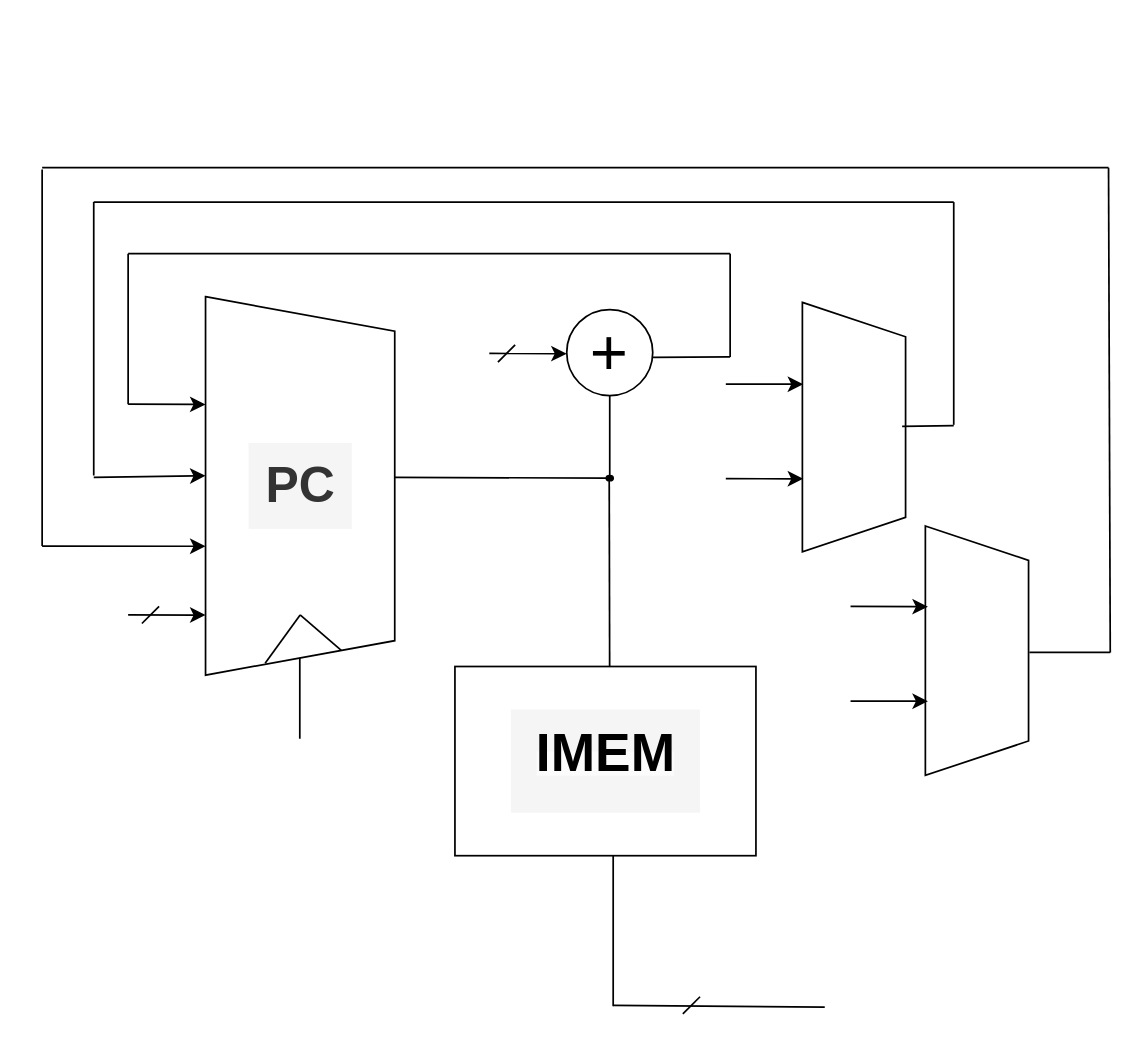
HamraAbrar0/RV32I keeps this draw.io diagram as Block_Diagram.drawio. Above is the earlier version. Source tidied: cells renumbered, new cells numbered last; positions are measured from the earlier drawing's top-left corner, leaving out a move shared by most shapes. Both pictures are drawn from the tidied source at 172%, with x=0, y=0 at pixel (41, 167).
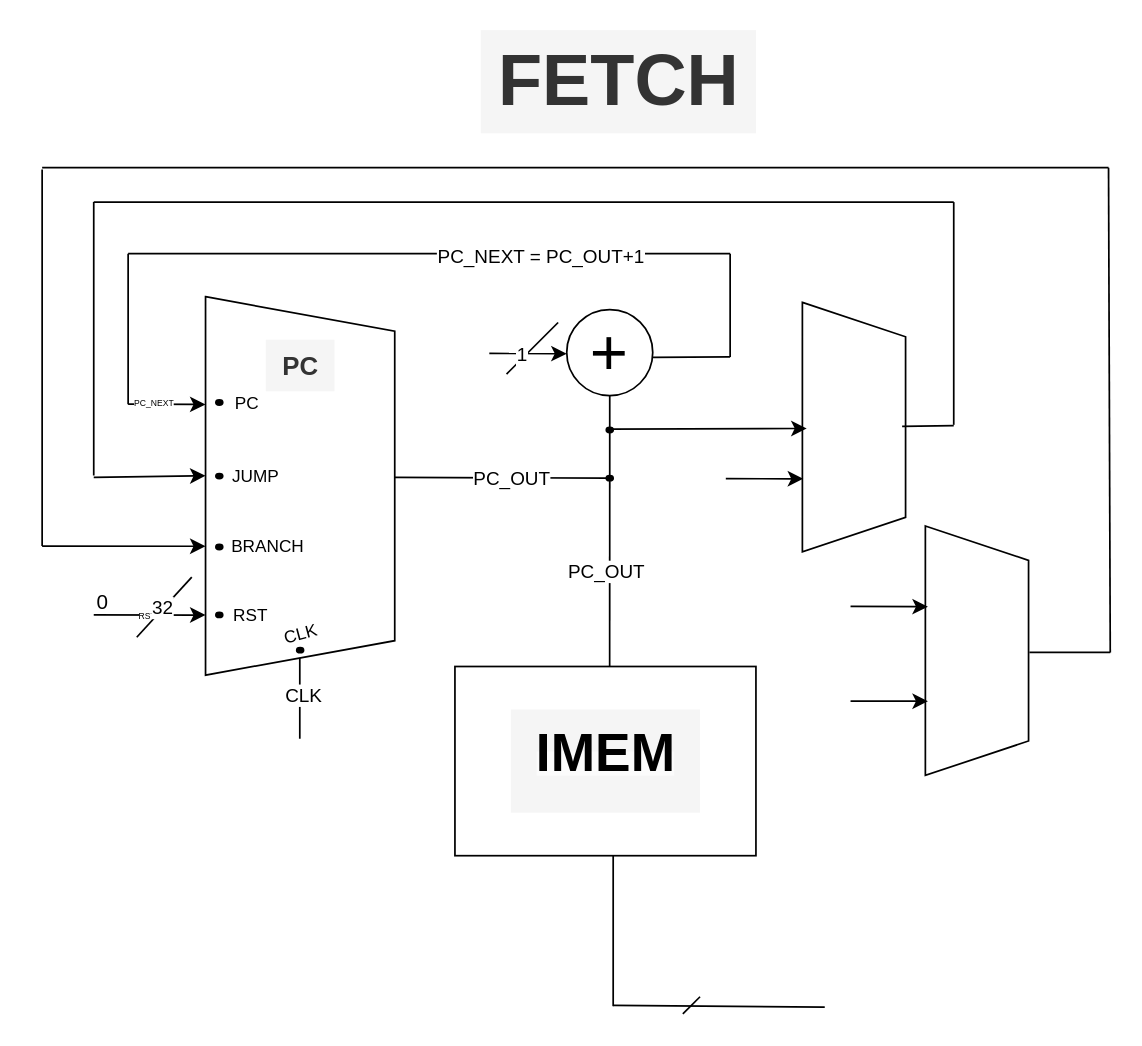
The same page after the edit.

Unchanged cells that the change refers to:
```xml
<mxCell id="2" style="shape=trapezoid;perimeter=trapezoidPerimeter;whiteSpace=wrap;html=1;fixedSize=1;rotation=90;" parent="1" vertex="1">
  <mxGeometry x="40" y="130" width="220" height="110" as="geometry" />
</mxCell>
<mxCell id="4" style="rounded=0;whiteSpace=wrap;html=1;" parent="1" vertex="1">
  <mxGeometry x="240" y="290" width="175" height="110" as="geometry" />
</mxCell>
<mxCell id="10" style="endArrow=none;html=1;rounded=0;" parent="1" edge="1" target="11">
  <mxGeometry relative="1" as="geometry">
    <mxPoint x="205" y="180" as="sourcePoint" />
  </mxGeometry>
</mxCell>
<mxCell id="18" style="endArrow=none;html=1;rounded=0;" parent="1" edge="1">
  <mxGeometry relative="1" as="geometry">
    <mxPoint x="50" y="50" as="sourcePoint" />
    <mxPoint x="400" y="50" as="targetPoint" />
  </mxGeometry>
</mxCell>
<mxCell id="20" style="endArrow=classic;html=1;rounded=0;" parent="1" edge="1">
  <mxGeometry relative="1" as="geometry">
    <mxPoint x="50" y="137.5" as="sourcePoint" />
    <mxPoint x="95" y="137.6" as="targetPoint" />
  </mxGeometry>
</mxCell>
<mxCell id="40" style="endArrow=none;html=1;rounded=0;" parent="1" edge="1">
  <mxGeometry relative="1" as="geometry">
    <mxPoint x="149.8" y="332" as="sourcePoint" />
    <mxPoint x="149.8" y="285" as="targetPoint" />
  </mxGeometry>
</mxCell>
```

Change to the diagram source:
```diff
@@
-    <mxCell id="3" value="&lt;b&gt;&lt;font style=&quot;font-size: 29px;&quot;&gt;PC&lt;/font&gt;&lt;/b&gt;" style="text;html=1;align=center;verticalAlign=middle;strokeColor=none;fillColor=#f5f5f5;fontColor=#333333;" parent="1" vertex="1">
-      <mxGeometry x="120" y="160" width="60" height="50" as="geometry" />
+    <mxCell id="3" value="&lt;b style=&quot;font-size: 15px;&quot;&gt;&lt;font style=&quot;font-size: 15px;&quot;&gt;PC&lt;/font&gt;&lt;/b&gt;" style="text;html=1;align=center;verticalAlign=middle;strokeColor=none;fillColor=#f5f5f5;fontColor=#333333;fontSize=15;" parent="1" vertex="1">
+      <mxGeometry x="130" y="100" width="40" height="30" as="geometry" />
     </mxCell>
@@
+    <mxCell id="44" value="PC_OUT" style="edgeLabel;html=1;align=center;verticalAlign=middle;" parent="10" vertex="1">
+      <mxGeometry x="0.1" relative="1" as="geometry" />
+    </mxCell>
@@
     <mxCell id="15" style="endArrow=none;html=1;rounded=0;" parent="1" edge="1">
       <mxGeometry relative="1" as="geometry">
-        <mxPoint x="265" y="113" as="sourcePoint" />
-        <mxPoint x="275" y="103" as="targetPoint" />
+        <mxPoint x="270" y="120" as="sourcePoint" />
+        <mxPoint x="300" y="90" as="targetPoint" />
       </mxGeometry>
     </mxCell>
+    <mxCell id="45" value="1" style="edgeLabel;html=1;align=center;verticalAlign=middle;" parent="15" vertex="1">
+      <mxGeometry x="0.43" y="-1" relative="1" as="geometry">
+        <mxPoint x="-13" y="9" as="offset" />
+      </mxGeometry>
+    </mxCell>
@@
+    <mxCell id="46" value="PC_NEXT = PC_OUT+1" style="edgeLabel;html=1;align=center;verticalAlign=middle;" parent="18" vertex="1">
+      <mxGeometry x="0.71" y="-1" relative="1" as="geometry">
+        <mxPoint x="-60" as="offset" />
+      </mxGeometry>
+    </mxCell>
@@
+    <mxCell id="47" value="&lt;font style=&quot;font-size: 5px;&quot;&gt;PC_NEXT&lt;/font&gt;" style="edgeLabel;html=1;align=center;verticalAlign=middle;" parent="20" vertex="1">
+      <mxGeometry x="-0.32" relative="1" as="geometry">
+        <mxPoint y="-3" as="offset" />
+      </mxGeometry>
+    </mxCell>
@@
     <mxCell id="23" style="endArrow=classic;html=1;rounded=0;" parent="1" edge="1">
       <mxGeometry relative="1" as="geometry">
-        <mxPoint x="50" y="260" as="sourcePoint" />
+        <mxPoint x="30" y="260" as="sourcePoint" />
         <mxPoint x="95" y="260.1" as="targetPoint" />
       </mxGeometry>
     </mxCell>
+    <mxCell id="48" value="&lt;font style=&quot;font-size: 5px;&quot;&gt;RST&lt;/font&gt;" style="edgeLabel;html=1;align=center;verticalAlign=middle;" parent="23" vertex="1">
+      <mxGeometry x="-0.38" y="-1" relative="1" as="geometry">
+        <mxPoint x="11" y="-3" as="offset" />
+      </mxGeometry>
+    </mxCell>
@@
     <mxCell id="28" style="endArrow=classic;html=1;rounded=0;" parent="1" edge="1">
       <mxGeometry relative="1" as="geometry">
-        <mxPoint x="397.5" y="125.8" as="sourcePoint" />
-        <mxPoint x="442.5" y="125.9" as="targetPoint" />
+        <mxPoint x="330" y="152" as="sourcePoint" />
+        <mxPoint x="444.5" y="151.6" as="targetPoint" />
       </mxGeometry>
     </mxCell>
@@
     <mxCell id="36" style="endArrow=none;html=1;rounded=0;" parent="1" edge="1">
       <mxGeometry relative="1" as="geometry">
-        <mxPoint x="58" y="265" as="sourcePoint" />
-        <mxPoint x="68" y="255" as="targetPoint" />
+        <mxPoint x="55" y="273" as="sourcePoint" />
+        <mxPoint x="87" y="238" as="targetPoint" />
         <Array as="points">
-          <mxPoint x="58" y="265" />
+          <mxPoint x="55" y="273" />
         </Array>
       </mxGeometry>
     </mxCell>
+    <mxCell id="49" value="32" style="edgeLabel;html=1;align=center;verticalAlign=middle;" parent="36" vertex="1">
+      <mxGeometry x="0.25" y="-1" relative="1" as="geometry">
+        <mxPoint x="-6" y="4" as="offset" />
+      </mxGeometry>
+    </mxCell>
     <mxCell id="37" style="endArrow=none;html=1;rounded=0;exitX=0.514;exitY=0;exitDx=0;exitDy=0;exitPerimeter=0;" parent="1" edge="1" source="4">
       <mxGeometry relative="1" as="geometry">
-        <mxPoint x="329.7" y="182" as="targetPoint" />
+        <mxPoint x="330" y="182" as="targetPoint" />
       </mxGeometry>
     </mxCell>
-    <mxCell id="38" style="endArrow=none;html=1;rounded=0;exitX=0.969;exitY=0.685;exitDx=0;exitDy=0;exitPerimeter=0;" parent="1" edge="1" source="2">
-      <mxGeometry relative="1" as="geometry">
-        <mxPoint x="150" y="260" as="targetPoint" />
-      </mxGeometry>
-    </mxCell>
-    <mxCell id="39" style="endArrow=none;html=1;rounded=0;exitX=1;exitY=0.25;exitDx=0;exitDy=0;" parent="1" edge="1" source="2">
-      <mxGeometry relative="1" as="geometry">
-        <mxPoint x="150" y="260" as="targetPoint" />
-      </mxGeometry>
-    </mxCell>
+    <mxCell id="50" value="PC_OUT" style="edgeLabel;html=1;align=center;verticalAlign=middle;" parent="37" vertex="1">
+      <mxGeometry x="0.01" y="2" relative="1" as="geometry" />
+    </mxCell>
@@
+    <mxCell id="51" value="CLK" style="edgeLabel;html=1;align=center;verticalAlign=middle;" parent="40" vertex="1">
+      <mxGeometry x="0.09" y="-2" relative="1" as="geometry" />
+    </mxCell>
@@
+    <mxCell id="52" value="&lt;font style=&quot;font-size: 10px;&quot;&gt;RST&lt;/font&gt;" style="text;html=1;align=center;verticalAlign=middle;strokeColor=none;fillColor=none;" parent="1" vertex="1">
+      <mxGeometry x="101" y="245" width="40" height="30" as="geometry" />
+    </mxCell>
+    <mxCell id="53" style="ellipse;whiteSpace=wrap;html=1;fillColor=#000000;" parent="1" vertex="1">
+      <mxGeometry x="101" y="258.5" width="4" height="3" as="geometry" />
+    </mxCell>
+    <mxCell id="54" style="ellipse;whiteSpace=wrap;html=1;fillColor=#000000;" parent="1" vertex="1">
+      <mxGeometry x="101" y="219" width="4" height="3" as="geometry" />
+    </mxCell>
+    <mxCell id="55" style="ellipse;whiteSpace=wrap;html=1;fillColor=#000000;" parent="1" vertex="1">
+      <mxGeometry x="101" y="177.8" width="4" height="3" as="geometry" />
+    </mxCell>
+    <mxCell id="56" style="ellipse;whiteSpace=wrap;html=1;fillColor=#000000;" parent="1" vertex="1">
+      <mxGeometry x="101" y="135" width="4" height="3" as="geometry" />
+    </mxCell>
+    <mxCell id="57" value="&lt;font style=&quot;font-size: 10px;&quot;&gt;BRANCH&lt;/font&gt;" style="text;html=1;align=center;verticalAlign=middle;strokeColor=none;fillColor=none;" parent="1" vertex="1">
+      <mxGeometry x="96" y="205" width="70" height="30" as="geometry" />
+    </mxCell>
+    <mxCell id="58" value="&lt;font style=&quot;font-size: 10px;&quot;&gt;JUMP&lt;/font&gt;" style="text;html=1;align=center;verticalAlign=middle;strokeColor=none;fillColor=none;" parent="1" vertex="1">
+      <mxGeometry x="99" y="164.3" width="50" height="30" as="geometry" />
+    </mxCell>
+    <mxCell id="59" value="&lt;font style=&quot;font-size: 10px;&quot;&gt;PC&lt;/font&gt;" style="text;html=1;align=center;verticalAlign=middle;strokeColor=none;fillColor=none;" parent="1" vertex="1">
+      <mxGeometry x="99" y="121.5" width="40" height="30" as="geometry" />
+    </mxCell>
+    <mxCell id="60" value="&lt;font style=&quot;font-size: 10px;&quot;&gt;CLK&lt;/font&gt;" style="text;html=1;align=center;verticalAlign=middle;strokeColor=none;fillColor=none;rotation=-15;" parent="1" vertex="1">
+      <mxGeometry x="130" y="256" width="40" height="30" as="geometry" />
+    </mxCell>
+    <mxCell id="61" style="ellipse;whiteSpace=wrap;html=1;fillColor=#000000;" parent="1" vertex="1">
+      <mxGeometry x="148" y="279" width="4" height="3" as="geometry" />
+    </mxCell>
+    <mxCell id="62" value="0" style="text;html=1;align=center;verticalAlign=middle;strokeColor=none;fillColor=none;" parent="1" vertex="1">
+      <mxGeometry x="20" y="237.5" width="30" height="30" as="geometry" />
+    </mxCell>
+    <mxCell id="63" style="ellipse;whiteSpace=wrap;html=1;fillColor=#000000;" parent="1" vertex="1">
+      <mxGeometry x="328" y="151" width="4" height="3" as="geometry" />
+    </mxCell>
+    <mxCell id="64" value="&lt;b&gt;&lt;font style=&quot;font-size: 42px;&quot;&gt;FETCH&lt;/font&gt;&lt;/b&gt;" style="text;html=1;align=center;verticalAlign=middle;strokeColor=none;fillColor=#f5f5f5;fontColor=#333333;" parent="1" vertex="1">
+      <mxGeometry x="255" y="-80" width="160" height="60" as="geometry" />
+    </mxCell>
```
